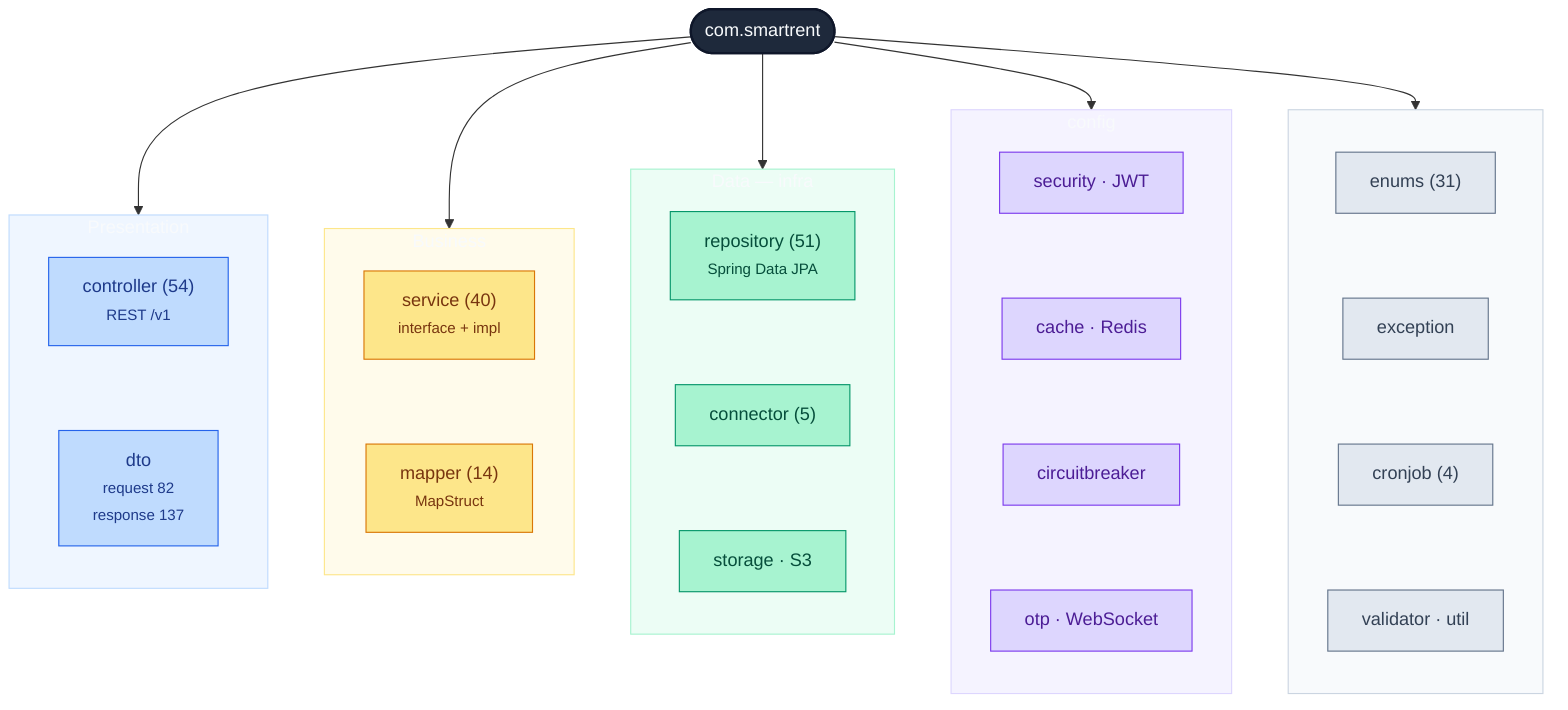
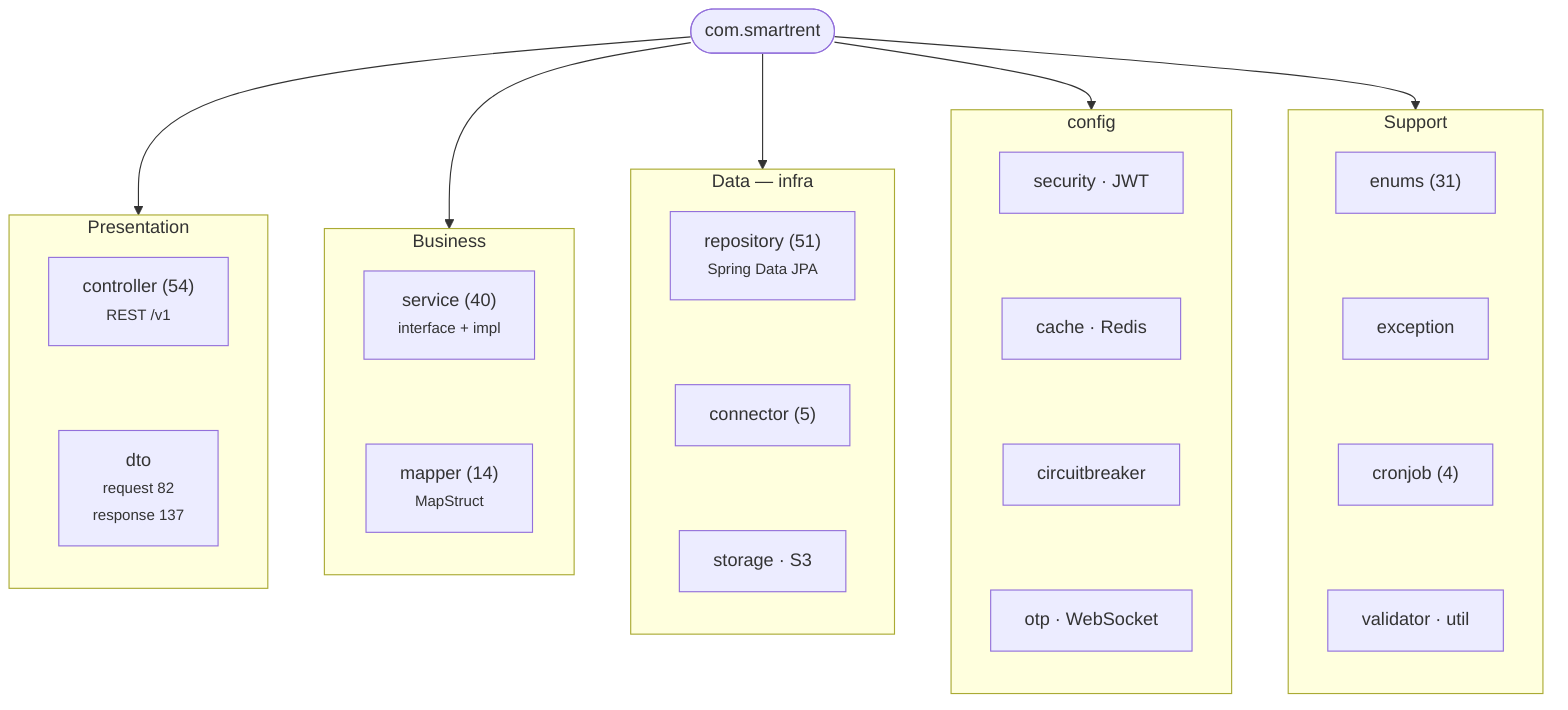
flowchart TB
 root(["com.smartrent"])
 root --> L1 & L2 & L3 & L4 & L5

 subgraph L1["Presentation"]
 direction TB
 controller["controller (54)<br/><small>REST /v1</small>"] ~~~ dto["dto<br/><small>request 82<br/>response 137</small>"]
 end
 subgraph L2["Business"]
 direction TB
 service["service (40)<br/><small>interface + impl</small>"] ~~~ mapper["mapper (14)<br/><small>MapStruct</small>"]
 end
 subgraph L3["Data — infra"]
 direction TB
 repo["repository (51)<br/><small>Spring Data JPA</small>"] ~~~ conn["connector (5)"] ~~~ stor["storage · S3"]
 end
 subgraph L4["config"]
 direction TB
 sec["security · JWT"] ~~~ cache["cache · Redis"] ~~~ cb["circuitbreaker"] ~~~ misc["otp · WebSocket"]
 end
 subgraph L5["Support"]
 direction TB
 enums["enums (31)"] ~~~ exc["exception"] ~~~ cron["cronjob (4)"] ~~~ val["validator · util"]
 end
- 
-  classDef root fill:#1e293b,stroke:#0f172a,color:#f8fafc,stroke-width:2px
-  classDef pres fill:#bfdbfe,stroke:#2563eb,color:#1e3a8a
-  classDef biz fill:#fde68a,stroke:#d97706,color:#78350f
-  classDef data fill:#a7f3d0,stroke:#059669,color:#064e3b
-  classDef cfg fill:#ddd6fe,stroke:#7c3aed,color:#4c1d95
-  classDef sup fill:#e2e8f0,stroke:#64748b,color:#334155
-  class root root
-  class controller,dto pres
-  class service,mapper biz
-  class repo,conn,stor data
-  class sec,cache,cb,misc cfg
-  class enums,exc,cron,val sup
-  style L1 fill:#eff6ff,stroke:#bfdbfe
-  style L2 fill:#fffbeb,stroke:#fde68a
-  style L3 fill:#ecfdf5,stroke:#a7f3d0
-  style L4 fill:#f5f3ff,stroke:#ddd6fe
-  style L5 fill:#f8fafc,stroke:#cbd5e1
